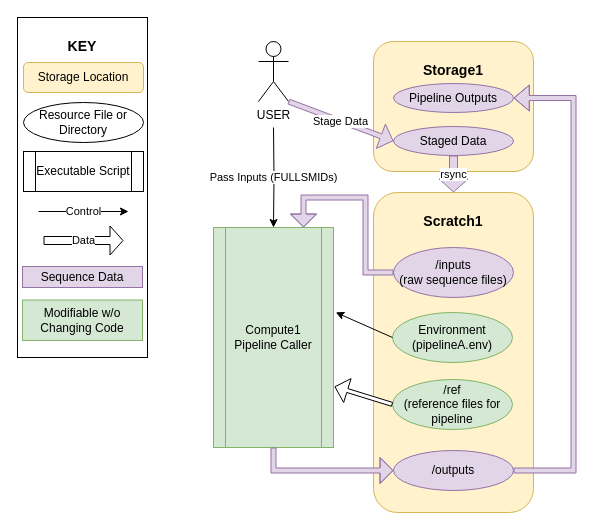
Above: Diagrams/PipelineDiagramUser.drawio in NeuroGenomicsAndInformatics/WXS-Pipelines (draw.io), before the change. Source tidied: cells renumbered, new cells numbered last; positions are measured from the earlier drawing's top-left corner, leaving out a move shared by most shapes. Both pictures are drawn from the tidied source at 100%, with x=0, y=0 at pixel (17, 17).
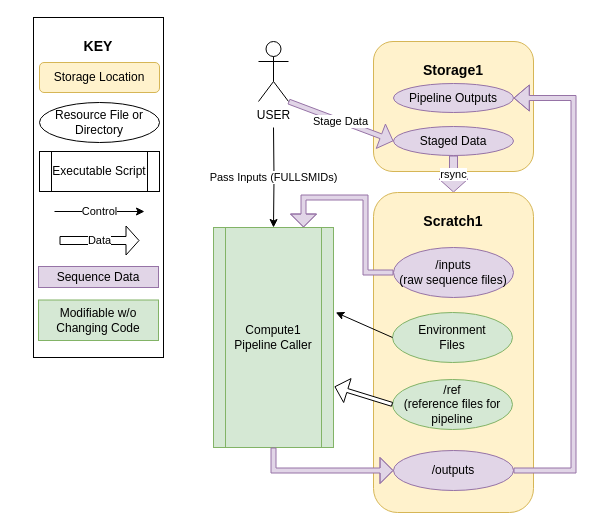
After the change.

Unchanged cells that the change refers to:
```xml
<mxCell id="11" style="group;" parent="1" vertex="1">
  <mxGeometry x="356" y="175" width="160" height="320" as="geometry" />
</mxCell>
```

The edit, as a diff of the source:
```diff
@@
-    <mxCell id="13" value="Environment&lt;br&gt;(pipelineA.env)" style="ellipse;whiteSpace=wrap;html=1;fillColor=#d5e8d4;strokeColor=#82b366;" parent="11" vertex="1">
+    <mxCell id="13" value="Environment&lt;br&gt;Files" style="ellipse;whiteSpace=wrap;html=1;fillColor=#d5e8d4;strokeColor=#82b366;" parent="11" vertex="1">
       <mxGeometry x="19" y="120" width="120" height="50" as="geometry" />
     </mxCell>
@@
     <mxCell id="22" style="group;" parent="1" vertex="1">
-      <mxGeometry width="130" height="340" as="geometry" />
+      <mxGeometry x="16" width="130" height="340" as="geometry" />
     </mxCell>
```
